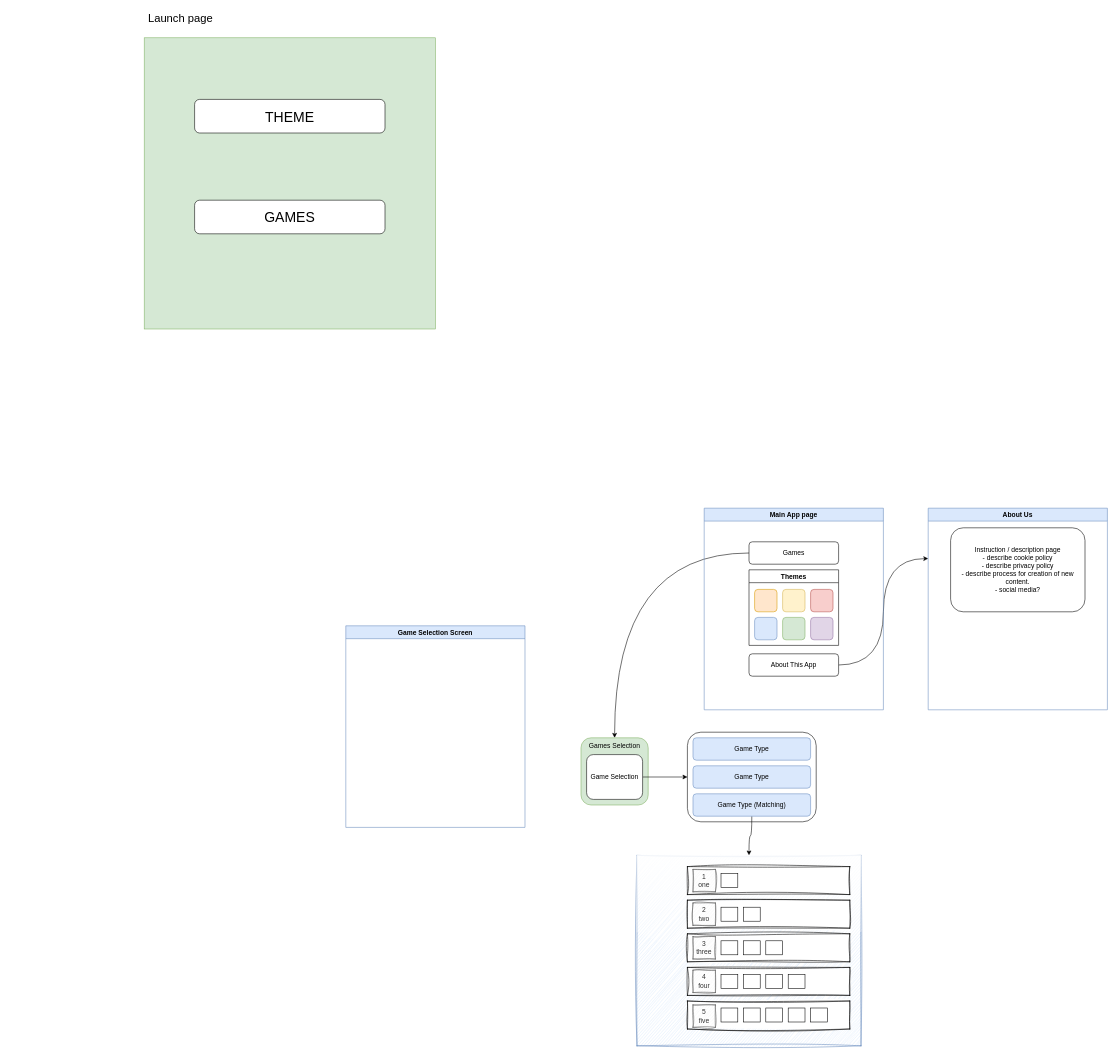
maddog1138/diagrams keeps this draw.io diagram as page "Site Navigation" (2 of 3) of smallthingscount.drawio. Above is the earlier version. Source tidied: cells renumbered, new cells numbered last; positions are measured from the earlier drawing's top-left corner, leaving out a move shared by most shapes. Both pictures are drawn from the tidied source at 56%, with x=0, y=0 at pixel (138, 10).
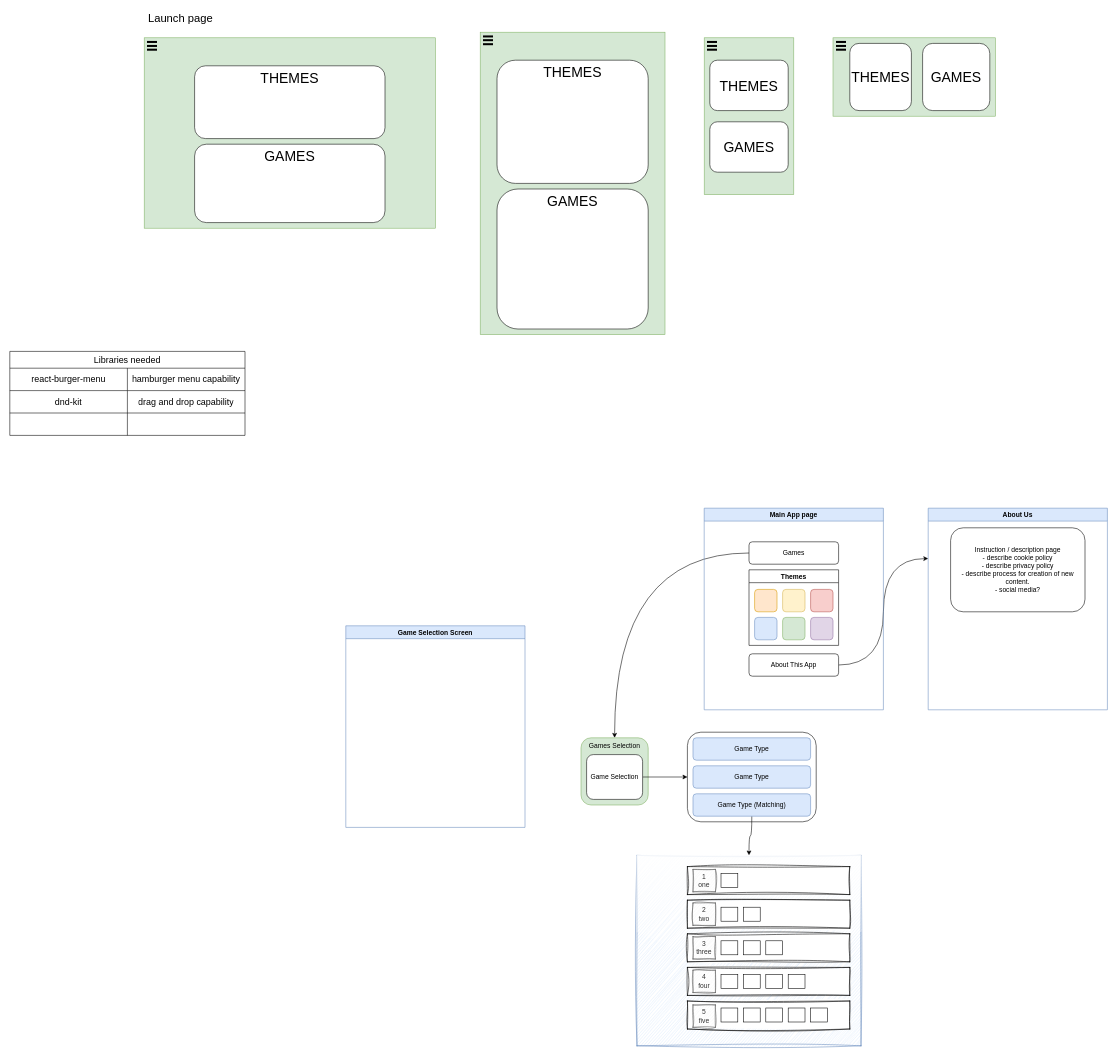
The same diagram, later.

The edit, as a diff of the source:
```diff
@@
     <mxCell id="51" style="rounded=0;whiteSpace=wrap;html=1;fillColor=#d5e8d4;strokeColor=#82b366;" parent="1" vertex="1">
-      <mxGeometry x="10" y="50" width="520" height="520" as="geometry" />
+      <mxGeometry x="10" y="50" width="520" height="340" as="geometry" />
     </mxCell>
@@
-    <mxCell id="53" value="&lt;font style=&quot;font-size: 25px;&quot;&gt;THEME&lt;/font&gt;" style="rounded=1;whiteSpace=wrap;html=1;" parent="1" vertex="1">
-      <mxGeometry x="100" y="160" width="340" height="60" as="geometry" />
+    <mxCell id="53" value="&lt;font style=&quot;font-size: 25px;&quot;&gt;THEMES&lt;/font&gt;" style="rounded=1;whiteSpace=wrap;html=1;verticalAlign=top;" parent="1" vertex="1">
+      <mxGeometry x="100" y="100" width="340" height="130" as="geometry" />
     </mxCell>
-    <mxCell id="54" value="&lt;div&gt;&lt;font style=&quot;font-size: 25px;&quot;&gt;GAMES&lt;/font&gt;&lt;/div&gt;" style="rounded=1;whiteSpace=wrap;html=1;" parent="1" vertex="1">
-      <mxGeometry x="100" y="340" width="340" height="60" as="geometry" />
+    <mxCell id="54" value="&lt;div&gt;&lt;font style=&quot;font-size: 25px;&quot;&gt;GAMES&lt;/font&gt;&lt;/div&gt;" style="rounded=1;whiteSpace=wrap;html=1;verticalAlign=top;" parent="1" vertex="1">
+      <mxGeometry x="100" y="240" width="340" height="140" as="geometry" />
     </mxCell>
+    <mxCell id="55" value="III" style="text;html=1;strokeColor=none;fillColor=none;align=center;verticalAlign=middle;whiteSpace=wrap;rounded=0;rotation=90;fontStyle=1;fontSize=25;" parent="1" vertex="1">
+      <mxGeometry x="10" y="50" width="30" height="30" as="geometry" />
+    </mxCell>
+    <mxCell id="56" style="rounded=0;whiteSpace=wrap;html=1;fillColor=#d5e8d4;strokeColor=#82b366;" parent="1" vertex="1">
+      <mxGeometry x="610" y="40" width="330" height="540" as="geometry" />
+    </mxCell>
+    <mxCell id="57" value="&lt;font style=&quot;font-size: 25px;&quot;&gt;THEMES&lt;/font&gt;" style="rounded=1;whiteSpace=wrap;html=1;verticalAlign=top;" parent="1" vertex="1">
+      <mxGeometry x="640" y="90" width="270" height="220" as="geometry" />
+    </mxCell>
+    <mxCell id="58" value="&lt;div&gt;&lt;font style=&quot;font-size: 25px;&quot;&gt;GAMES&lt;/font&gt;&lt;/div&gt;" style="rounded=1;whiteSpace=wrap;html=1;verticalAlign=top;" parent="1" vertex="1">
+      <mxGeometry x="640" y="320" width="270" height="250" as="geometry" />
+    </mxCell>
+    <mxCell id="59" value="III" style="text;html=1;strokeColor=none;fillColor=none;align=center;verticalAlign=middle;whiteSpace=wrap;rounded=0;rotation=90;fontStyle=1;fontSize=25;" parent="1" vertex="1">
+      <mxGeometry x="610" y="40" width="30" height="30" as="geometry" />
+    </mxCell>
+    <mxCell id="60" style="rounded=0;whiteSpace=wrap;html=1;fillColor=#d5e8d4;strokeColor=#82b366;" parent="1" vertex="1">
+      <mxGeometry x="1010" y="50" width="160" height="280" as="geometry" />
+    </mxCell>
+    <mxCell id="61" value="&lt;font style=&quot;font-size: 25px;&quot;&gt;THEMES&lt;/font&gt;" style="rounded=1;whiteSpace=wrap;html=1;" parent="1" vertex="1">
+      <mxGeometry x="1020" y="90" width="140" height="90" as="geometry" />
+    </mxCell>
+    <mxCell id="62" value="&lt;div&gt;&lt;font style=&quot;font-size: 25px;&quot;&gt;GAMES&lt;/font&gt;&lt;/div&gt;" style="rounded=1;whiteSpace=wrap;html=1;" parent="1" vertex="1">
+      <mxGeometry x="1020" y="200" width="140" height="90" as="geometry" />
+    </mxCell>
+    <mxCell id="63" value="III" style="text;html=1;strokeColor=none;fillColor=none;align=center;verticalAlign=middle;whiteSpace=wrap;rounded=0;rotation=90;fontStyle=1;fontSize=25;" parent="1" vertex="1">
+      <mxGeometry x="1010" y="50" width="30" height="30" as="geometry" />
+    </mxCell>
+    <mxCell id="64" style="rounded=0;whiteSpace=wrap;html=1;fillColor=#d5e8d4;strokeColor=#82b366;" parent="1" vertex="1">
+      <mxGeometry x="1240" y="50" width="290" height="140" as="geometry" />
+    </mxCell>
+    <mxCell id="65" value="&lt;font style=&quot;font-size: 25px;&quot;&gt;THEMES&lt;/font&gt;" style="rounded=1;whiteSpace=wrap;html=1;" parent="1" vertex="1">
+      <mxGeometry x="1270" y="60" width="110" height="120" as="geometry" />
+    </mxCell>
+    <mxCell id="66" value="&lt;div&gt;&lt;font style=&quot;font-size: 25px;&quot;&gt;GAMES&lt;/font&gt;&lt;/div&gt;" style="rounded=1;whiteSpace=wrap;html=1;" parent="1" vertex="1">
+      <mxGeometry x="1400" y="60" width="120" height="120" as="geometry" />
+    </mxCell>
+    <mxCell id="67" value="III" style="text;html=1;strokeColor=none;fillColor=none;align=center;verticalAlign=middle;whiteSpace=wrap;rounded=0;rotation=90;fontStyle=1;fontSize=25;" parent="1" vertex="1">
+      <mxGeometry x="1240" y="50" width="30" height="30" as="geometry" />
+    </mxCell>
+    <mxCell id="68" value="Libraries needed" style="shape=table;startSize=30;childLayout=tableLayout;strokeColor=default;fontSize=16;swimlaneLine=1;shadow=0;" parent="1" vertex="1">
+      <mxGeometry x="-230" y="610" width="420" height="150" as="geometry" />
+    </mxCell>
+    <mxCell id="69" style="shape=tableRow;horizontal=0;startSize=0;swimlaneHead=0;swimlaneBody=0;strokeColor=inherit;top=0;left=0;bottom=0;right=0;fillColor=none;fontSize=16;" parent="68" vertex="1">
+      <mxGeometry y="30" width="420" height="40" as="geometry" />
+    </mxCell>
+    <mxCell id="70" value="react-burger-menu" style="shape=partialRectangle;html=1;whiteSpace=wrap;strokeColor=inherit;overflow=hidden;fillColor=none;top=0;left=0;bottom=0;right=0;fontSize=16;" parent="69" vertex="1">
+      <mxGeometry width="210" height="40" as="geometry" />
+    </mxCell>
+    <mxCell id="71" value="hamburger menu capability" style="shape=partialRectangle;html=1;whiteSpace=wrap;strokeColor=inherit;overflow=hidden;fillColor=none;top=0;left=0;bottom=0;right=0;fontSize=16;" parent="69" vertex="1">
+      <mxGeometry x="210" width="210" height="40" as="geometry" />
+    </mxCell>
+    <mxCell id="72" style="shape=tableRow;horizontal=0;startSize=0;swimlaneHead=0;swimlaneBody=0;strokeColor=inherit;top=0;left=0;bottom=0;right=0;fillColor=none;fontSize=16;" parent="68" vertex="1">
+      <mxGeometry y="70" width="420" height="40" as="geometry" />
+    </mxCell>
+    <mxCell id="73" value="dnd-kit" style="shape=partialRectangle;html=1;whiteSpace=wrap;strokeColor=inherit;overflow=hidden;fillColor=none;top=0;left=0;bottom=0;right=0;fontSize=16;" parent="72" vertex="1">
+      <mxGeometry width="210" height="40" as="geometry" />
+    </mxCell>
+    <mxCell id="74" value="drag and drop capability" style="shape=partialRectangle;html=1;whiteSpace=wrap;strokeColor=inherit;overflow=hidden;fillColor=none;top=0;left=0;bottom=0;right=0;fontSize=16;" parent="72" vertex="1">
+      <mxGeometry x="210" width="210" height="40" as="geometry" />
+    </mxCell>
+    <mxCell id="75" style="shape=tableRow;horizontal=0;startSize=0;swimlaneHead=0;swimlaneBody=0;strokeColor=inherit;top=0;left=0;bottom=0;right=0;fillColor=none;fontSize=16;" parent="68" vertex="1">
+      <mxGeometry y="110" width="420" height="40" as="geometry" />
+    </mxCell>
+    <mxCell id="76" style="shape=partialRectangle;html=1;whiteSpace=wrap;strokeColor=inherit;overflow=hidden;fillColor=none;top=0;left=0;bottom=0;right=0;fontSize=16;" parent="75" vertex="1">
+      <mxGeometry width="210" height="40" as="geometry" />
+    </mxCell>
+    <mxCell id="77" style="shape=partialRectangle;html=1;whiteSpace=wrap;strokeColor=inherit;overflow=hidden;fillColor=none;top=0;left=0;bottom=0;right=0;fontSize=16;" parent="75" vertex="1">
+      <mxGeometry x="210" width="210" height="40" as="geometry" />
+    </mxCell>
```
